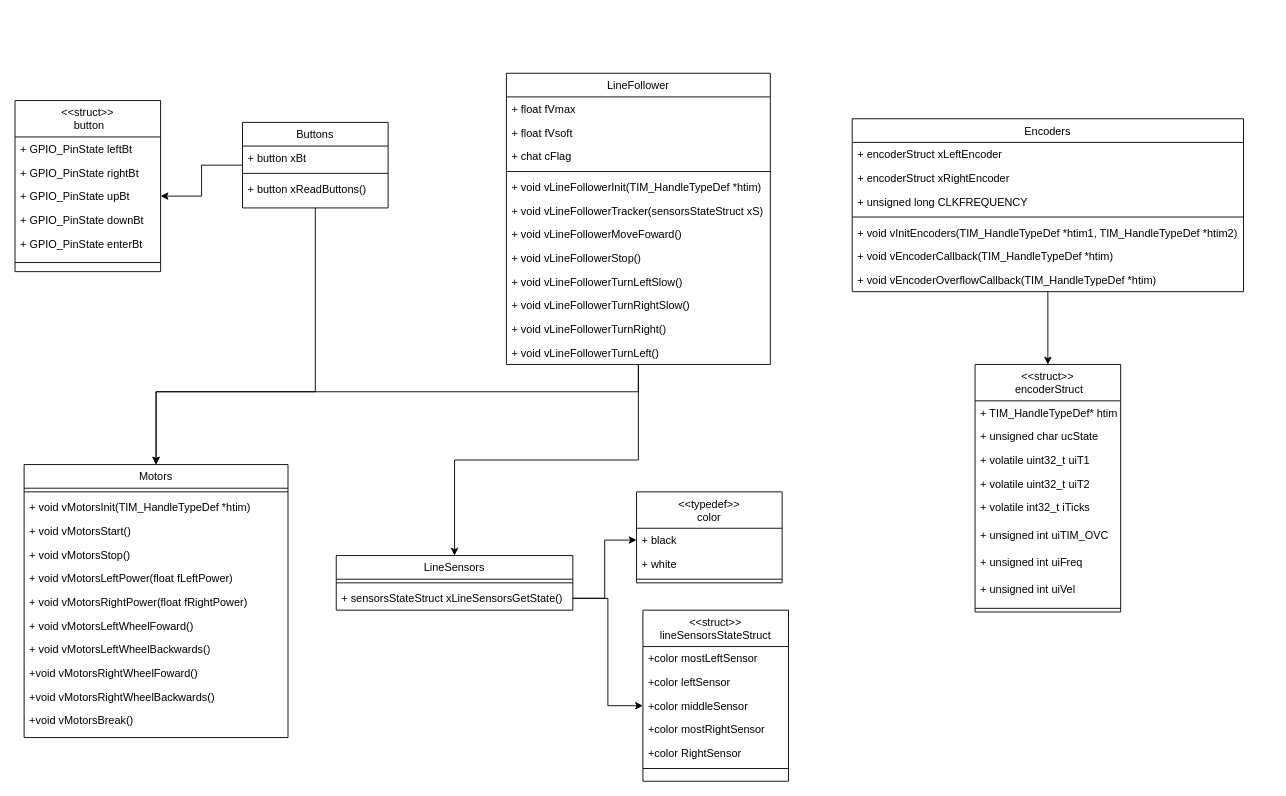
Earlier version of the draw.io diagram Diagrama de Classes.drawio (gabrielhaj/ES070). Source tidied: cells renumbered, new cells numbered last; positions are measured from the earlier drawing's top-left corner, leaving out a move shared by most shapes. Both pictures are drawn from the tidied source at 91%, with x=0, y=0 at pixel (15, -55).
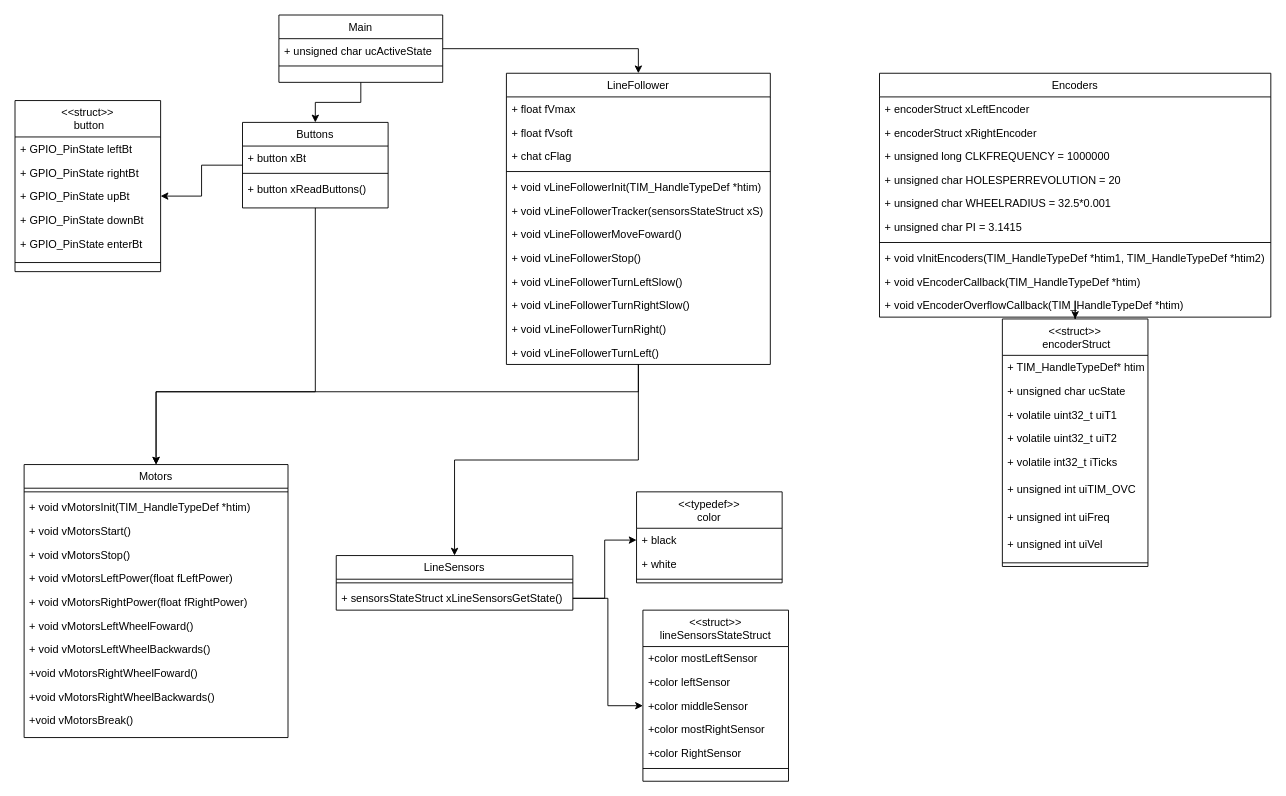
Above is the later version.

The change refers to these unchanged cells:
```xml
<mxCell id="4" value="LineFollower" style="swimlane;fontStyle=0;align=center;verticalAlign=top;horizontal=1;startSize=26;rounded=0;shadow=0;strokeWidth=1;" parent="1" vertex="1">
  <mxGeometry x="540" y="140" width="290" height="320" as="geometry" />
</mxCell>
<mxCell id="38" value="Buttons" style="swimlane;fontStyle=0;align=center;verticalAlign=top;horizontal=1;startSize=26;rounded=0;shadow=0;strokeWidth=1;" parent="37" vertex="1">
  <mxGeometry y="44" width="160" height="94" as="geometry" />
</mxCell>
```

Change to the diagram source:
```diff
@@
     <mxCell id="17" style="group;" parent="1" vertex="1">
-      <mxGeometry x="820" width="640" height="610" as="geometry" />
+      <mxGeometry x="850" y="-50" width="640" height="610" as="geometry" />
     </mxCell>
@@
     <mxCell id="19" value="Encoders" style="swimlane;fontStyle=0;align=center;verticalAlign=top;horizontal=1;startSize=26;rounded=0;shadow=0;strokeWidth=1;" parent="17" vertex="1">
-      <mxGeometry x="100" y="190" width="430" height="190" as="geometry" />
+      <mxGeometry x="100" y="190" width="430" height="268" as="geometry" />
     </mxCell>
@@
-    <mxCell id="22" value="+ unsigned long CLKFREQUENCY" style="text;align=left;verticalAlign=top;spacingLeft=4;spacingRight=4;overflow=hidden;" parent="19" vertex="1">
+    <mxCell id="22" value="+ unsigned long CLKFREQUENCY = 1000000" style="text;align=left;verticalAlign=top;spacingLeft=4;spacingRight=4;overflow=hidden;" parent="19" vertex="1">
       <mxGeometry y="78" width="430" height="26" as="geometry" />
     </mxCell>
+    <mxCell id="81" value="+ unsigned char HOLESPERREVOLUTION = 20" style="text;align=left;verticalAlign=top;spacingLeft=4;spacingRight=4;overflow=hidden;" parent="19" vertex="1">
+      <mxGeometry y="104" width="430" height="26" as="geometry" />
+    </mxCell>
+    <mxCell id="82" value="+ unsigned char WHEELRADIUS = 32.5*0.001" style="text;align=left;verticalAlign=top;spacingLeft=4;spacingRight=4;overflow=hidden;" parent="19" vertex="1">
+      <mxGeometry y="130" width="430" height="26" as="geometry" />
+    </mxCell>
+    <mxCell id="83" value="+ unsigned char PI = 3.1415" style="text;align=left;verticalAlign=top;spacingLeft=4;spacingRight=4;overflow=hidden;" parent="19" vertex="1">
+      <mxGeometry y="156" width="430" height="26" as="geometry" />
+    </mxCell>
     <mxCell id="23" style="line;html=1;strokeWidth=1;align=left;verticalAlign=middle;spacingTop=-1;spacingLeft=3;spacingRight=3;labelPosition=right;" parent="19" vertex="1">
-      <mxGeometry y="104" width="430" height="8" as="geometry" />
+      <mxGeometry y="182" width="430" height="8" as="geometry" />
     </mxCell>
     <mxCell id="24" value="+ void vInitEncoders(TIM_HandleTypeDef *htim1, TIM_HandleTypeDef *htim2)" style="text;align=left;verticalAlign=top;spacingLeft=4;spacingRight=4;overflow=hidden;" parent="19" vertex="1">
-      <mxGeometry y="112" width="430" height="26" as="geometry" />
+      <mxGeometry y="190" width="430" height="26" as="geometry" />
     </mxCell>
     <mxCell id="25" value="+ void vEncoderCallback(TIM_HandleTypeDef *htim)" style="text;align=left;verticalAlign=top;spacingLeft=4;spacingRight=4;overflow=hidden;" parent="19" vertex="1">
-      <mxGeometry y="138" width="430" height="26" as="geometry" />
+      <mxGeometry y="216" width="430" height="26" as="geometry" />
     </mxCell>
     <mxCell id="26" value="+ void vEncoderOverflowCallback(TIM_HandleTypeDef *htim)" style="text;align=left;verticalAlign=top;spacingLeft=4;spacingRight=4;overflow=hidden;" parent="19" vertex="1">
-      <mxGeometry y="164" width="430" height="26" as="geometry" />
+      <mxGeometry y="242" width="430" height="26" as="geometry" />
     </mxCell>
@@
     <mxCell id="42" style="group;" parent="1" vertex="1">
-      <mxGeometry x="353" y="570" width="470" height="500" as="geometry" />
+      <mxGeometry x="383" y="520" width="470" height="500" as="geometry" />
     </mxCell>
@@
     <mxCell id="44" value="LineSensors" style="swimlane;fontStyle=0;align=center;verticalAlign=top;horizontal=1;startSize=26;rounded=0;shadow=0;strokeWidth=1;" parent="42" vertex="1">
-      <mxGeometry y="100" width="260" height="60" as="geometry" />
+      <mxGeometry x="-30" y="150" width="260" height="60" as="geometry" />
     </mxCell>
@@
     <mxCell id="47" value="&lt;&lt;typedef&gt;&gt;&#10;color&#10;" style="swimlane;fontStyle=0;align=center;verticalAlign=top;horizontal=1;startSize=40;rounded=0;shadow=0;strokeWidth=1;" parent="42" vertex="1">
-      <mxGeometry x="330" y="30" width="160" height="100" as="geometry" />
+      <mxGeometry x="300" y="80" width="160" height="100" as="geometry" />
     </mxCell>
@@
+    <mxCell id="84" style="edgeStyle=orthogonalEdgeStyle;rounded=0;jettySize=auto;html=1;entryX=0.5;entryY=0;entryDx=0;entryDy=0;" parent="1" edge="1" source="86" target="4">
+      <mxGeometry relative="1" as="geometry" />
+    </mxCell>
+    <mxCell id="85" style="edgeStyle=orthogonalEdgeStyle;rounded=0;jettySize=auto;html=1;entryX=0.5;entryY=0;entryDx=0;entryDy=0;" parent="1" edge="1" source="86" target="38">
+      <mxGeometry relative="1" as="geometry" />
+    </mxCell>
+    <mxCell id="86" value="Main" style="swimlane;fontStyle=0;align=center;verticalAlign=top;horizontal=1;startSize=26;rounded=0;shadow=0;strokeWidth=1;" parent="1" vertex="1">
+      <mxGeometry x="290" y="76" width="180" height="74" as="geometry" />
+    </mxCell>
+    <mxCell id="87" value="+ unsigned char ucActiveState" style="text;align=left;verticalAlign=top;spacingLeft=4;spacingRight=4;overflow=hidden;" parent="86" vertex="1">
+      <mxGeometry y="26" width="180" height="26" as="geometry" />
+    </mxCell>
+    <mxCell id="88" style="line;html=1;strokeWidth=1;align=left;verticalAlign=middle;spacingTop=-1;spacingLeft=3;spacingRight=3;labelPosition=right;" parent="86" vertex="1">
+      <mxGeometry y="52" width="180" height="8" as="geometry" />
+    </mxCell>
```
